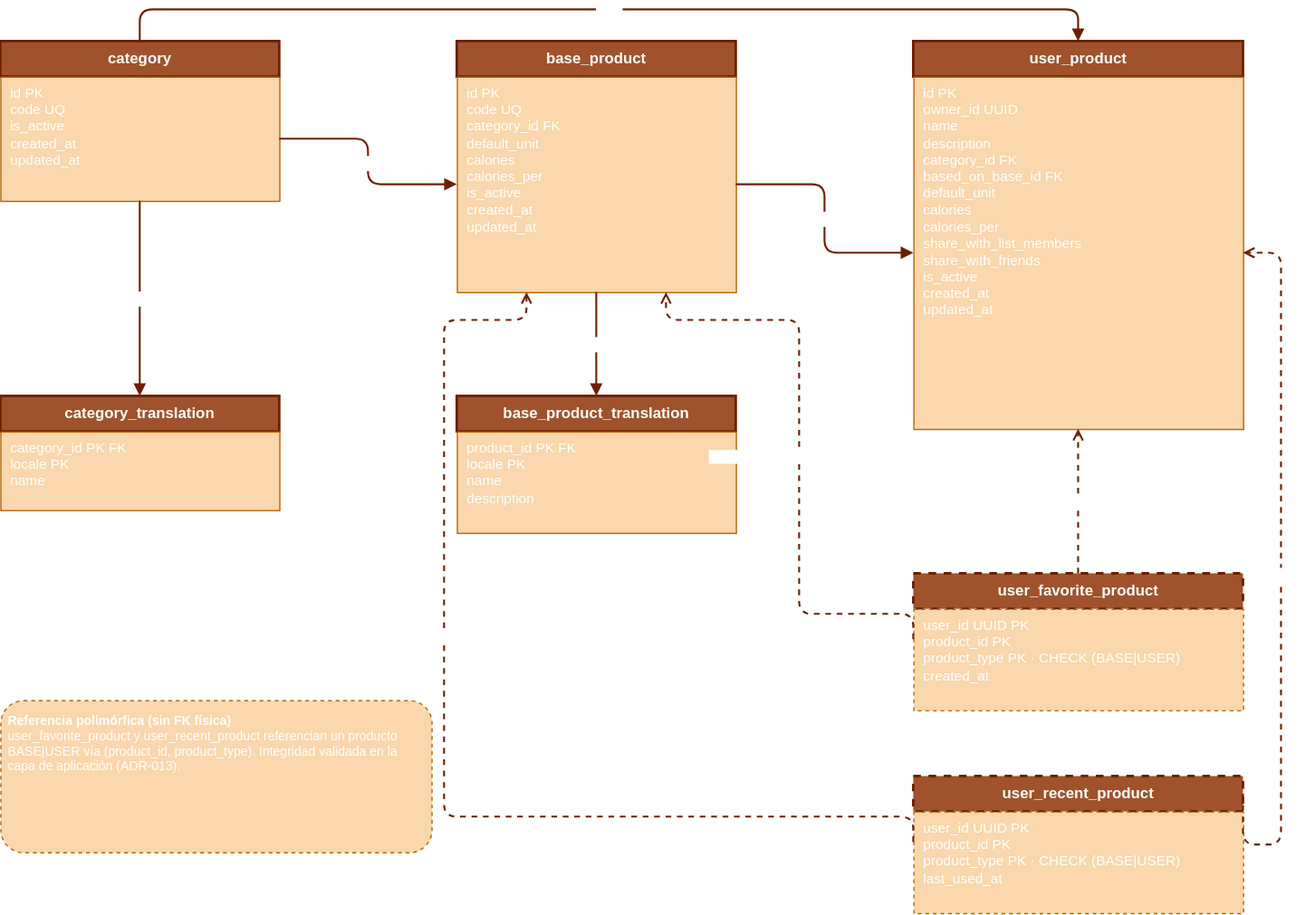
ivborrezo/shopping-list keeps this draw.io diagram as services/product-service/docs/img/er-diagram.svg. Above is the earlier version. Source tidied: cells renumbered, new cells last; positions are measured from the earlier drawing's top-left corner, leaving out a move shared by most shapes.
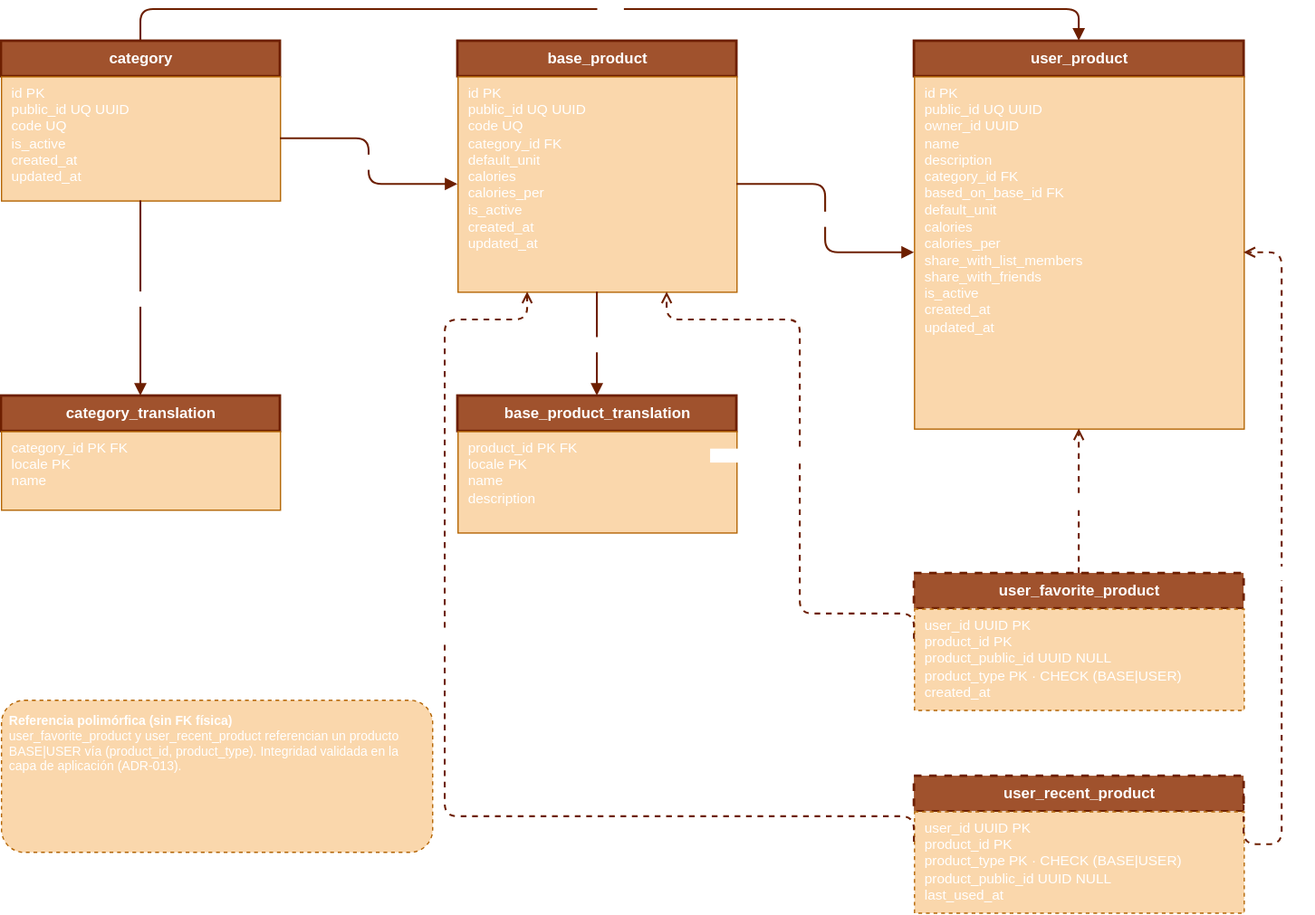
Above is the later version.

Commit message:
docs(product-service): actualizar diagrama ER con public_id

Refleja en el diagrama ER las columnas de identificadores publicos
anadidas en V12 (public_id en category, base_product y user_product) y
V13 (product_public_id nullable en user_favorite_product y
user_recent_product), y actualiza database-schema.md para marcar el
diagrama como snapshot a Flyway V13.

Change to the diagram source:
```diff
@@ -5,7 +5,7 @@
     <mxCell id="2" value="category" style="rounded=0;whiteSpace=wrap;html=1;fillColor=#a0522d;strokeColor=#6D1F00;strokeWidth=2;fontSize=12;fontStyle=1;align=center;fontColor=light-dark(#FFFFFF,#121212);" parent="1" vertex="1">
       <mxGeometry y="25" width="220" height="28" as="geometry" />
     </mxCell>
-    <mxCell id="3" value="id PK&lt;br&gt;code UQ&lt;br&gt;is_active&lt;br&gt;created_at&lt;br&gt;updated_at" style="rounded=0;whiteSpace=wrap;html=1;fillColor=light-dark(#FAD7AC,#FFF2CC);strokeWidth=1;fontSize=11;align=left;spacingLeft=6;verticalAlign=top;strokeColor=#b46504;fontColor=light-dark(#FFFFFF,#121212);" parent="1" vertex="1">
+    <mxCell id="3" value="&lt;div&gt;id PK&lt;/div&gt;&lt;div&gt;public_id UQ UUID&lt;/div&gt;code UQ&lt;br&gt;is_active&lt;br&gt;created_at&lt;br&gt;updated_at" style="rounded=0;whiteSpace=wrap;html=1;fillColor=light-dark(#FAD7AC,#FFF2CC);strokeWidth=1;fontSize=11;align=left;spacingLeft=6;verticalAlign=top;strokeColor=#b46504;fontColor=light-dark(#FFFFFF,#121212);" parent="1" vertex="1">
       <mxGeometry y="53" width="220" height="98" as="geometry" />
     </mxCell>
     <mxCell id="4" value="category_translation" style="rounded=0;whiteSpace=wrap;html=1;fillColor=#a0522d;strokeColor=#6D1F00;strokeWidth=2;fontColor=light-dark(#FFFFFF,#121212);fontSize=12;fontStyle=1;align=center;" parent="1" vertex="1">
@@ -17,7 +17,7 @@
     <mxCell id="6" value="base_product" style="rounded=0;whiteSpace=wrap;html=1;fillColor=#a0522d;strokeColor=#6D1F00;strokeWidth=2;fontSize=12;fontStyle=1;align=center;fontColor=light-dark(#FFFFFF,#121212);" parent="1" vertex="1">
       <mxGeometry x="360" y="25" width="220" height="28" as="geometry" />
     </mxCell>
-    <mxCell id="7" value="id PK&lt;br&gt;code UQ&lt;br&gt;category_id FK&lt;br&gt;default_unit&lt;br&gt;calories&lt;br&gt;calories_per&lt;br&gt;is_active&lt;br&gt;created_at&lt;br&gt;updated_at" style="rounded=0;whiteSpace=wrap;html=1;fillColor=light-dark(#FAD7AC,#FFF2CC);strokeWidth=1;fontSize=11;align=left;spacingLeft=6;verticalAlign=top;strokeColor=#b46504;fontColor=light-dark(#FFFFFF,#121212);" parent="1" vertex="1">
+    <mxCell id="7" value="&lt;div&gt;id PK&lt;/div&gt;&lt;div&gt;public_id UQ UUID&lt;/div&gt;code UQ&lt;br&gt;category_id FK&lt;br&gt;default_unit&lt;br&gt;calories&lt;br&gt;calories_per&lt;br&gt;is_active&lt;br&gt;created_at&lt;br&gt;updated_at" style="rounded=0;whiteSpace=wrap;html=1;fillColor=light-dark(#FAD7AC,#FFF2CC);strokeWidth=1;fontSize=11;align=left;spacingLeft=6;verticalAlign=top;strokeColor=#b46504;fontColor=light-dark(#FFFFFF,#121212);" parent="1" vertex="1">
       <mxGeometry x="360" y="53" width="220" height="170" as="geometry" />
     </mxCell>
     <mxCell id="8" value="base_product_translation" style="rounded=0;whiteSpace=wrap;html=1;fillColor=#a0522d;strokeColor=#6D1F00;strokeWidth=2;fontColor=light-dark(#FFFFFF,#121212);fontSize=12;fontStyle=1;align=center;" parent="1" vertex="1">
@@ -29,19 +29,19 @@
     <mxCell id="10" value="user_product" style="rounded=0;whiteSpace=wrap;html=1;fillColor=#a0522d;strokeColor=#6D1F00;strokeWidth=2;fontSize=12;fontStyle=1;align=center;fontColor=light-dark(#FFFFFF,#121212);" parent="1" vertex="1">
       <mxGeometry x="720" y="25" width="260" height="28" as="geometry" />
     </mxCell>
-    <mxCell id="11" value="id PK&lt;br&gt;owner_id UUID&lt;br&gt;name&lt;br&gt;description&lt;br&gt;category_id FK&lt;br&gt;based_on_base_id FK&lt;br&gt;default_unit&lt;br&gt;calories&lt;br&gt;calories_per&lt;br&gt;share_with_list_members&lt;br&gt;share_with_friends&lt;br&gt;is_active&lt;br&gt;created_at&lt;br&gt;updated_at" style="rounded=0;whiteSpace=wrap;html=1;fillColor=light-dark(#FAD7AC,#FFF2CC);strokeWidth=1;fontSize=11;align=left;spacingLeft=6;verticalAlign=top;strokeColor=#b46504;fontColor=light-dark(#FFFFFF,#121212);" parent="1" vertex="1">
+    <mxCell id="11" value="&lt;div&gt;id PK&lt;/div&gt;&lt;div&gt;public_id UQ UUID&lt;/div&gt;owner_id UUID&lt;br&gt;name&lt;br&gt;description&lt;br&gt;category_id FK&lt;br&gt;based_on_base_id FK&lt;br&gt;default_unit&lt;br&gt;calories&lt;br&gt;calories_per&lt;br&gt;share_with_list_members&lt;br&gt;share_with_friends&lt;br&gt;is_active&lt;br&gt;created_at&lt;br&gt;updated_at" style="rounded=0;whiteSpace=wrap;html=1;fillColor=light-dark(#FAD7AC,#FFF2CC);strokeWidth=1;fontSize=11;align=left;spacingLeft=6;verticalAlign=top;strokeColor=#b46504;fontColor=light-dark(#FFFFFF,#121212);" parent="1" vertex="1">
       <mxGeometry x="720" y="53" width="260" height="278" as="geometry" />
     </mxCell>
     <mxCell id="12" value="user_favorite_product" style="rounded=0;whiteSpace=wrap;html=1;dashed=1;fillColor=#a0522d;strokeColor=#6D1F00;strokeWidth=2;fontColor=light-dark(#FFFFFF,#121212);fontSize=12;fontStyle=1;align=center;" parent="1" vertex="1">
       <mxGeometry x="720" y="445" width="260" height="28" as="geometry" />
     </mxCell>
-    <mxCell id="13" value="user_id UUID PK&lt;br&gt;product_id PK&lt;br&gt;product_type PK · CHECK (BASE|USER)&lt;br&gt;created_at" style="rounded=0;whiteSpace=wrap;html=1;dashed=1;fillColor=light-dark(#FAD7AC,#FFF2CC);strokeWidth=1;fontSize=11;align=left;spacingLeft=6;verticalAlign=top;strokeColor=#b46504;fontColor=light-dark(#FFFFFF,#121212);" parent="1" vertex="1">
+    <mxCell id="13" value="user_id UUID PK&lt;br&gt;&lt;div&gt;product_id PK&lt;/div&gt;&lt;div&gt;product_public_id UUID NULL&lt;/div&gt;product_type PK · CHECK (BASE|USER)&lt;br&gt;created_at" style="rounded=0;whiteSpace=wrap;html=1;dashed=1;fillColor=light-dark(#FAD7AC,#FFF2CC);strokeWidth=1;fontSize=11;align=left;spacingLeft=6;verticalAlign=top;strokeColor=#b46504;fontColor=light-dark(#FFFFFF,#121212);" parent="1" vertex="1">
       <mxGeometry x="720" y="473" width="260" height="80" as="geometry" />
     </mxCell>
     <mxCell id="14" value="user_recent_product" style="rounded=0;whiteSpace=wrap;html=1;dashed=1;fillColor=#a0522d;strokeColor=#6D1F00;strokeWidth=2;fontColor=light-dark(#FFFFFF,#121212);fontSize=12;fontStyle=1;align=center;" parent="1" vertex="1">
       <mxGeometry x="720" y="605" width="260" height="28" as="geometry" />
     </mxCell>
-    <mxCell id="15" value="user_id UUID PK&lt;br&gt;product_id PK&lt;br&gt;product_type PK · CHECK (BASE|USER)&lt;br&gt;last_used_at" style="rounded=0;whiteSpace=wrap;html=1;dashed=1;fillColor=light-dark(#FAD7AC,#FFF2CC);strokeWidth=1;fontSize=11;align=left;spacingLeft=6;verticalAlign=top;strokeColor=#b46504;fontColor=light-dark(#FFFFFF,#121212);" parent="1" vertex="1">
+    <mxCell id="15" value="user_id UUID PK&lt;br&gt;&lt;div&gt;product_id PK&lt;/div&gt;&lt;div&gt;product_type PK · CHECK (BASE|USER)&lt;/div&gt;&lt;div&gt;product_public_id UUID NULL&lt;/div&gt;last_used_at" style="rounded=0;whiteSpace=wrap;html=1;dashed=1;fillColor=light-dark(#FAD7AC,#FFF2CC);strokeWidth=1;fontSize=11;align=left;spacingLeft=6;verticalAlign=top;strokeColor=#b46504;fontColor=light-dark(#FFFFFF,#121212);" parent="1" vertex="1">
       <mxGeometry x="720" y="633" width="260" height="80" as="geometry" />
     </mxCell>
     <mxCell id="16" value="&lt;b&gt;Referencia polimórfica (sin FK física)&lt;/b&gt;&lt;br&gt;user_favorite_product y user_recent_product referencian un producto BASE|USER vía (product_id, product_type). Integridad validada en la capa de aplicación (ADR-013)." style="rounded=1;whiteSpace=wrap;html=1;dashed=1;fillColor=light-dark(#FAD7AC,#FFF2CC);strokeWidth=1;fontSize=10;align=left;verticalAlign=top;spacing=6;strokeColor=#b46504;fontColor=light-dark(#FFFFFF,#121212);" parent="1" vertex="1">
```
